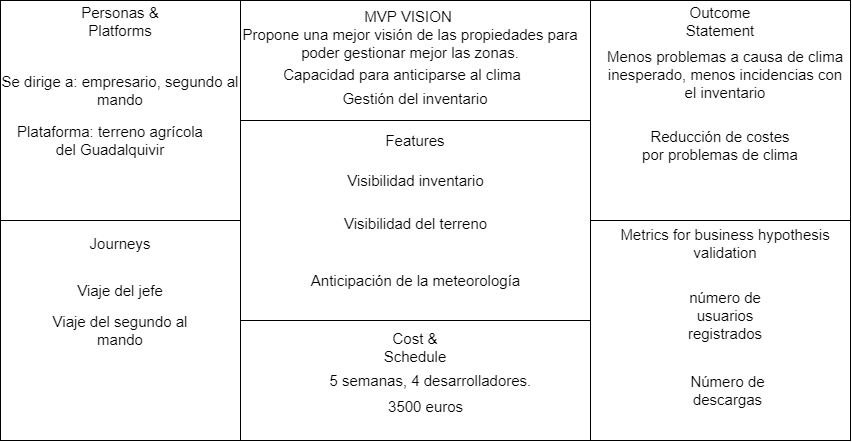
Before: images/Canvas.png, a diagram exported from draw.io (iarrans/psg1practicas). Source tidied: cells renumbered, new cells last; positions are measured from the earlier drawing's top-left corner, leaving out a move shared by most shapes.
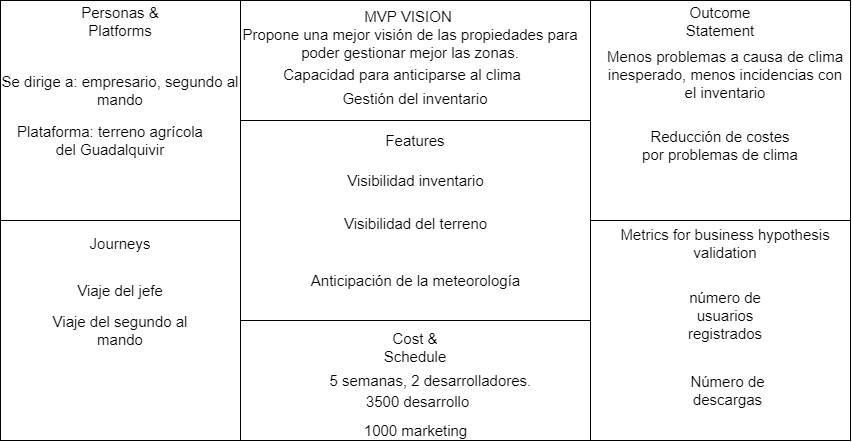
The same file after the commit.

Commit message:
Canvas actualizao

Diff of the diagram source:
```diff
@@ -83,14 +83,17 @@
     <mxCell id="28" value="Anticipación de la meteorología" style="text;html=1;strokeColor=none;fillColor=none;align=center;verticalAlign=middle;whiteSpace=wrap;rounded=0;fontSize=15;" parent="1" vertex="1">
       <mxGeometry x="282.5" y="270" width="265" height="20" as="geometry" />
     </mxCell>
-    <mxCell id="29" value="5 semanas, 4 desarrolladores.&amp;nbsp;" style="text;html=1;strokeColor=none;fillColor=none;align=center;verticalAlign=middle;whiteSpace=wrap;rounded=0;fontSize=15;" parent="1" vertex="1">
+    <mxCell id="29" value="5 semanas, 2 desarrolladores.&amp;nbsp;" style="text;html=1;strokeColor=none;fillColor=none;align=center;verticalAlign=middle;whiteSpace=wrap;rounded=0;fontSize=15;" parent="1" vertex="1">
       <mxGeometry x="300" y="370" width="265" height="20" as="geometry" />
     </mxCell>
-    <mxCell id="30" value="&lt;div&gt;&amp;nbsp;3500 euros&lt;/div&gt;&lt;div&gt;&lt;br&gt;&lt;/div&gt;" style="text;html=1;strokeColor=none;fillColor=none;align=center;verticalAlign=middle;whiteSpace=wrap;rounded=0;fontSize=15;" parent="1" vertex="1">
-      <mxGeometry x="336" y="405" width="175" height="20" as="geometry" />
+    <mxCell id="30" value="&lt;div&gt;&amp;nbsp;3500 desarrollo&lt;/div&gt;&lt;div&gt;&lt;br&gt;&lt;/div&gt;" style="text;html=1;strokeColor=none;fillColor=none;align=center;verticalAlign=middle;whiteSpace=wrap;rounded=0;fontSize=15;" parent="1" vertex="1">
+      <mxGeometry x="327.5" y="400" width="175" height="20" as="geometry" />
     </mxCell>
     <mxCell id="31" value="Número de descargas" style="text;html=1;strokeColor=none;fillColor=none;align=center;verticalAlign=middle;whiteSpace=wrap;rounded=0;fontSize=15;" parent="1" vertex="1">
       <mxGeometry x="675" y="380" width="105" height="20" as="geometry" />
     </mxCell>
+    <mxCell id="32" value="1000 marketing" style="text;html=1;strokeColor=none;fillColor=none;align=center;verticalAlign=middle;whiteSpace=wrap;rounded=0;fontSize=15;" parent="1" vertex="1">
+      <mxGeometry x="327.5" y="420" width="175" height="20" as="geometry" />
+    </mxCell>
   </root>
 </mxGraphModel>
```
